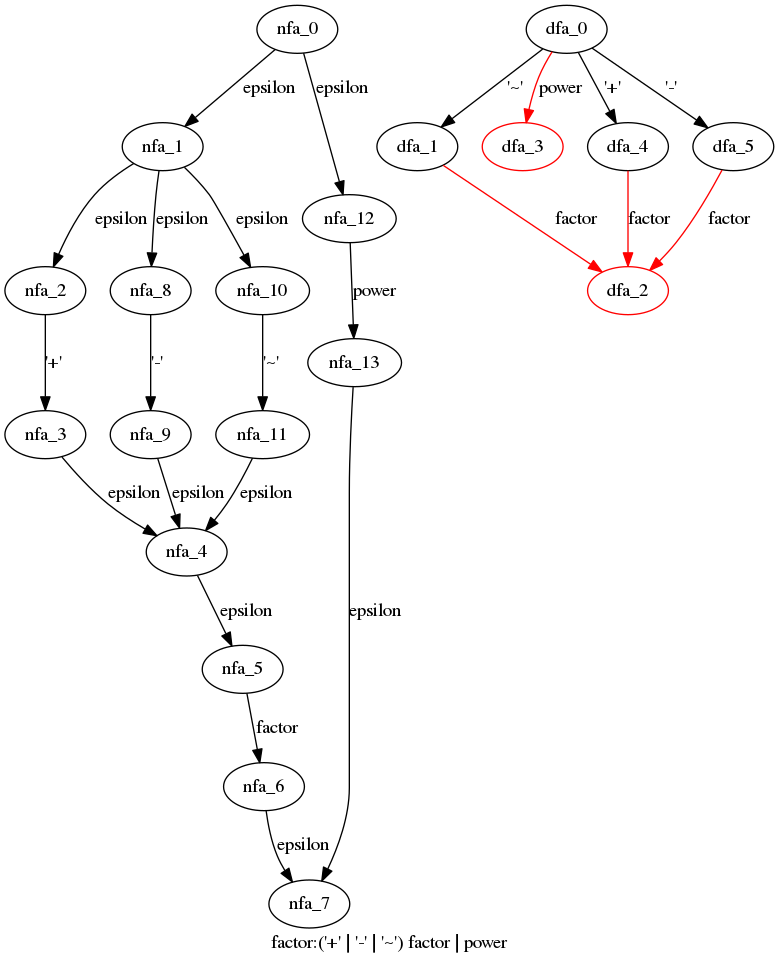
The Graphviz diagram cpython/grammar/handwrite/nfa_dfas/66.factor.dot.png in WinChua/blog, before a commit. Its source is kept beside it as cpython/grammar/handwrite/nfa_dfas/66.factor.dot. Source of this version:
```dot
digraph factor {
 graph[label="factor:('+' | '-' | '~') factor | power"]
 subgraph factor_nfa {
  nfa_0->nfa_1[label="epsilon"]
  nfa_1->nfa_2[label="epsilon"]
  nfa_2->nfa_3[label="'+'"]
  nfa_3->nfa_4[label="epsilon"]
  nfa_4->nfa_5[label="epsilon"]
  nfa_5->nfa_6[label="factor"]
  nfa_6->nfa_7[label="epsilon"]
  nfa_1->nfa_8[label="epsilon"]
  nfa_8->nfa_9[label="'-'"]
  nfa_9->nfa_4[label="epsilon"]
  nfa_1->nfa_10[label="epsilon"]
  nfa_10->nfa_11[label="'~'"]
  nfa_11->nfa_4[label="epsilon"]
  nfa_0->nfa_12[label="epsilon"]
  nfa_12->nfa_13[label="power"]
  nfa_13->nfa_7[label="epsilon"]
  }
 subgraph factor_dfa {
  dfa_0->dfa_1[label="'~'"]
  dfa_1->dfa_2[label="factor",color=red]
  dfa_0->dfa_3[label="power",color=red]
  dfa_0->dfa_4[label="'+'"]
  dfa_4->dfa_2[label="factor",color=red]
  dfa_0->dfa_5[label="'-'"]
  dfa_5->dfa_2[label="factor",color=red]
  dfa_2[color=red]
  dfa_3[color=red]
  }
}
```
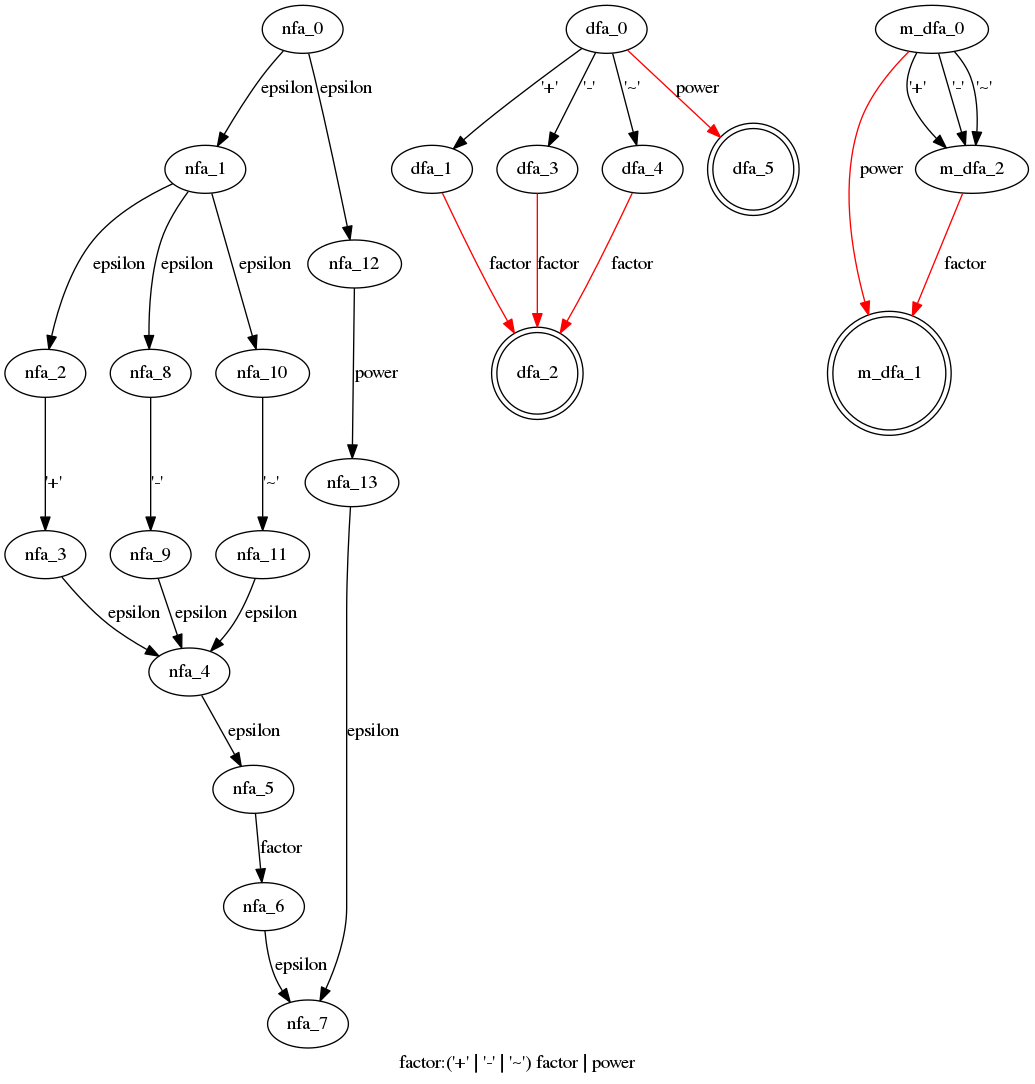
The same diagram one commit later.

Diff of the diagram source:
```diff
@@ -19,14 +19,22 @@
   nfa_13->nfa_7[label="epsilon"]
   }
  subgraph factor_dfa {
-  dfa_0->dfa_1[label="'~'"]
+  dfa_0->dfa_1[label="'+'"]
   dfa_1->dfa_2[label="factor",color=red]
-  dfa_0->dfa_3[label="power",color=red]
-  dfa_0->dfa_4[label="'+'"]
+  dfa_0->dfa_3[label="'-'"]
+  dfa_3->dfa_2[label="factor",color=red]
+  dfa_0->dfa_4[label="'~'"]
   dfa_4->dfa_2[label="factor",color=red]
-  dfa_0->dfa_5[label="'-'"]
-  dfa_5->dfa_2[label="factor",color=red]
-  dfa_2[color=red]
-  dfa_3[color=red]
+  dfa_0->dfa_5[label="power",color=red]
+  dfa_2[shape=doublecircle]
+  dfa_5[shape=doublecircle]
+  }
+ subgraph factor_m_dfa {
+  m_dfa_0->m_dfa_1[label="power",color=red]
+  m_dfa_0->m_dfa_2[label="'+'"]
+  m_dfa_2->m_dfa_1[label="factor",color=red]
+  m_dfa_0->m_dfa_2[label="'-'"]
+  m_dfa_0->m_dfa_2[label="'~'"]
+  m_dfa_1[shape=doublecircle]
   }
 }
```
